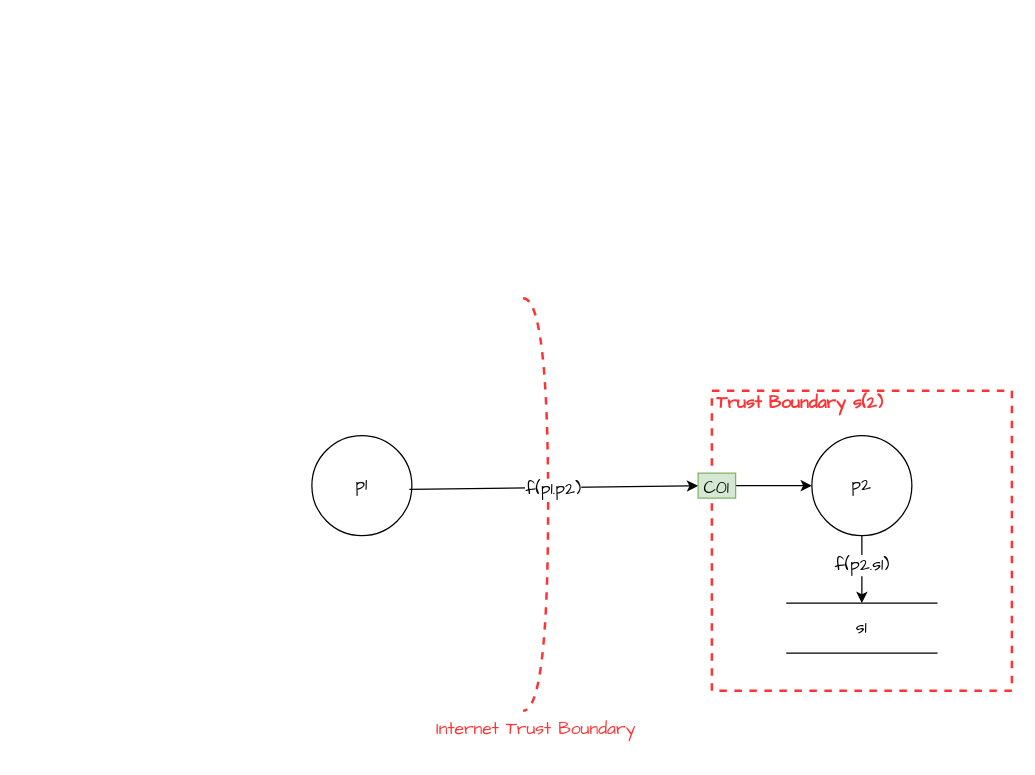
Jim-Sweeting/Drawio keeps this draw.io diagram as threat-model-OWASP-example.drawio. Above is the earlier version. Source tidied: cells renumbered, new cells numbered last; positions are measured from the earlier drawing's top-left corner, leaving out a move shared by most shapes. Both pictures are drawn from the tidied source at 125%, with x=0, y=0 at pixel (311, 298).
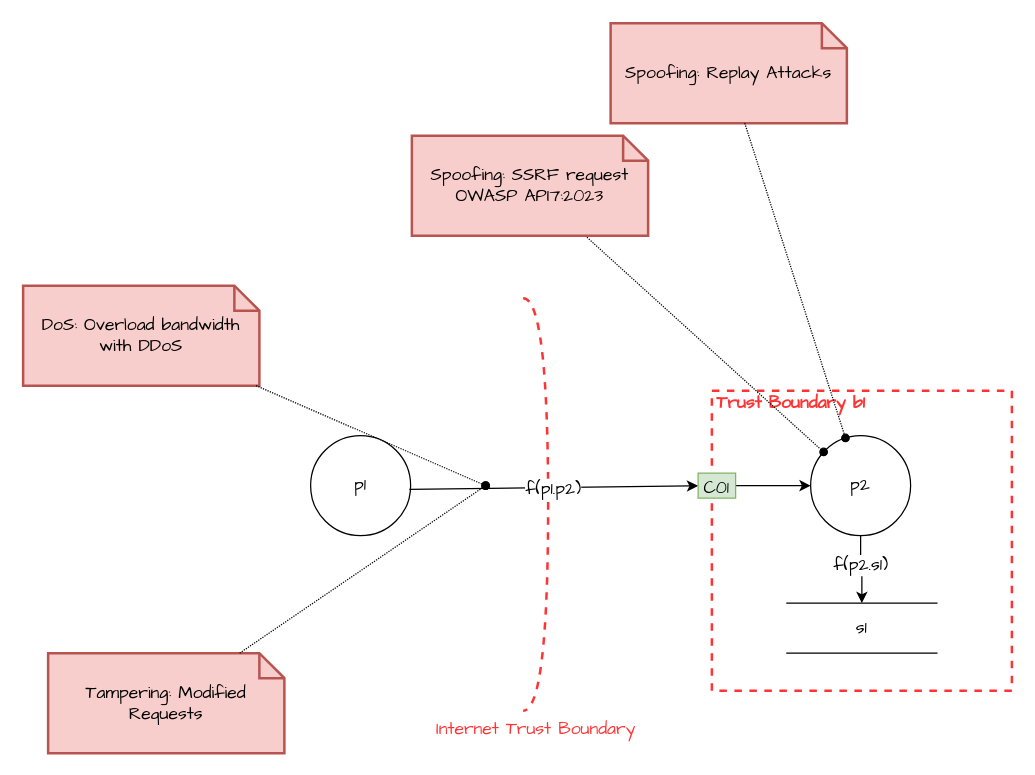
The same diagram, later.

Commit message:
Added initial set of threats.

Diff of the diagram source:
```diff
@@
     <mxCell id="2" value="p1" style="ellipse;whiteSpace=wrap;html=1;hachureGap=4;fontFamily=Architects Daughter;fontSize=14;rounded=0;" parent="1" vertex="1">
-      <mxGeometry y="110" width="80" height="80" as="geometry" />
+      <mxGeometry x="-1" y="110" width="80" height="80" as="geometry" />
     </mxCell>
-    <mxCell id="3" value="Trust Boundary s(2)" style="html=1;fontColor=#FF3333;fontStyle=1;align=left;verticalAlign=top;spacing=0;labelBorderColor=none;fillColor=none;dashed=1;strokeWidth=2;strokeColor=#FF3333;spacingLeft=4;spacingTop=-3;hachureGap=4;fontFamily=Architects Daughter;fontSize=14;rounded=0;" parent="1" vertex="1">
+    <mxCell id="3" value="Trust Boundary b1" style="html=1;fontColor=#FF3333;fontStyle=1;align=left;verticalAlign=top;spacing=0;labelBorderColor=none;fillColor=none;dashed=1;strokeWidth=2;strokeColor=#FF3333;spacingLeft=4;spacingTop=-3;hachureGap=4;fontFamily=Architects Daughter;fontSize=14;rounded=0;" parent="1" vertex="1">
       <mxGeometry x="320" y="74" width="240" height="240" as="geometry" />
     </mxCell>
@@
     <mxCell id="6" value="p2" style="ellipse;whiteSpace=wrap;html=1;hachureGap=4;fontFamily=Architects Daughter;fontSize=14;rounded=0;" parent="1" vertex="1">
-      <mxGeometry x="400" y="110" width="80" height="80" as="geometry" />
+      <mxGeometry x="399" y="110" width="80" height="80" as="geometry" />
     </mxCell>
@@
+    <mxCell id="13" style="rounded=0;jettySize=auto;html=1;dashed=1;dashPattern=1 1;endArrow=oval;endFill=1;" parent="1" edge="1" source="14" target="6">
+      <mxGeometry relative="1" as="geometry" />
+    </mxCell>
+    <mxCell id="14" value="Spoofing: SSRF request&lt;br&gt;OWASP API7:2023" style="shape=note;strokeWidth=2;fontSize=14;size=20;whiteSpace=wrap;html=1;fillColor=#f8cecc;strokeColor=#b85450;fontFamily=Architects Daughter;" parent="1" vertex="1">
+      <mxGeometry x="80" y="-130" width="189" height="80" as="geometry" />
+    </mxCell>
+    <mxCell id="15" value="Spoofing: Replay Attacks" style="shape=note;strokeWidth=2;fontSize=14;size=20;whiteSpace=wrap;html=1;fillColor=#f8cecc;strokeColor=#b85450;fontFamily=Architects Daughter;" parent="1" vertex="1">
+      <mxGeometry x="239" y="-220" width="189" height="80" as="geometry" />
+    </mxCell>
+    <mxCell id="16" style="rounded=0;jettySize=auto;html=1;dashed=1;dashPattern=1 1;endArrow=oval;endFill=1;" parent="1" edge="1" source="15" target="6">
+      <mxGeometry relative="1" as="geometry" />
+    </mxCell>
+    <mxCell id="17" value="Tampering: Modified Requests" style="shape=note;strokeWidth=2;fontSize=14;size=20;whiteSpace=wrap;html=1;fillColor=#f8cecc;strokeColor=#b85450;fontFamily=Architects Daughter;" parent="1" vertex="1">
+      <mxGeometry x="-211" y="284" width="189" height="80" as="geometry" />
+    </mxCell>
+    <mxCell id="18" style="rounded=0;jettySize=auto;html=1;dashed=1;dashPattern=1 1;endArrow=oval;endFill=1;" parent="1" edge="1" source="17">
+      <mxGeometry relative="1" as="geometry">
+        <mxPoint x="139" y="150" as="targetPoint" />
+      </mxGeometry>
+    </mxCell>
+    <mxCell id="19" value="DoS: Overload bandwidth with DDoS" style="shape=note;strokeWidth=2;fontSize=14;size=20;whiteSpace=wrap;html=1;fillColor=#f8cecc;strokeColor=#b85450;fontFamily=Architects Daughter;" parent="1" vertex="1">
+      <mxGeometry x="-231" y="-10" width="189" height="80" as="geometry" />
+    </mxCell>
+    <mxCell id="20" style="rounded=0;jettySize=auto;html=1;dashed=1;dashPattern=1 1;endArrow=oval;endFill=1;" parent="1" edge="1" source="19">
+      <mxGeometry relative="1" as="geometry">
+        <mxPoint x="139" y="150" as="targetPoint" />
+      </mxGeometry>
+    </mxCell>
```
